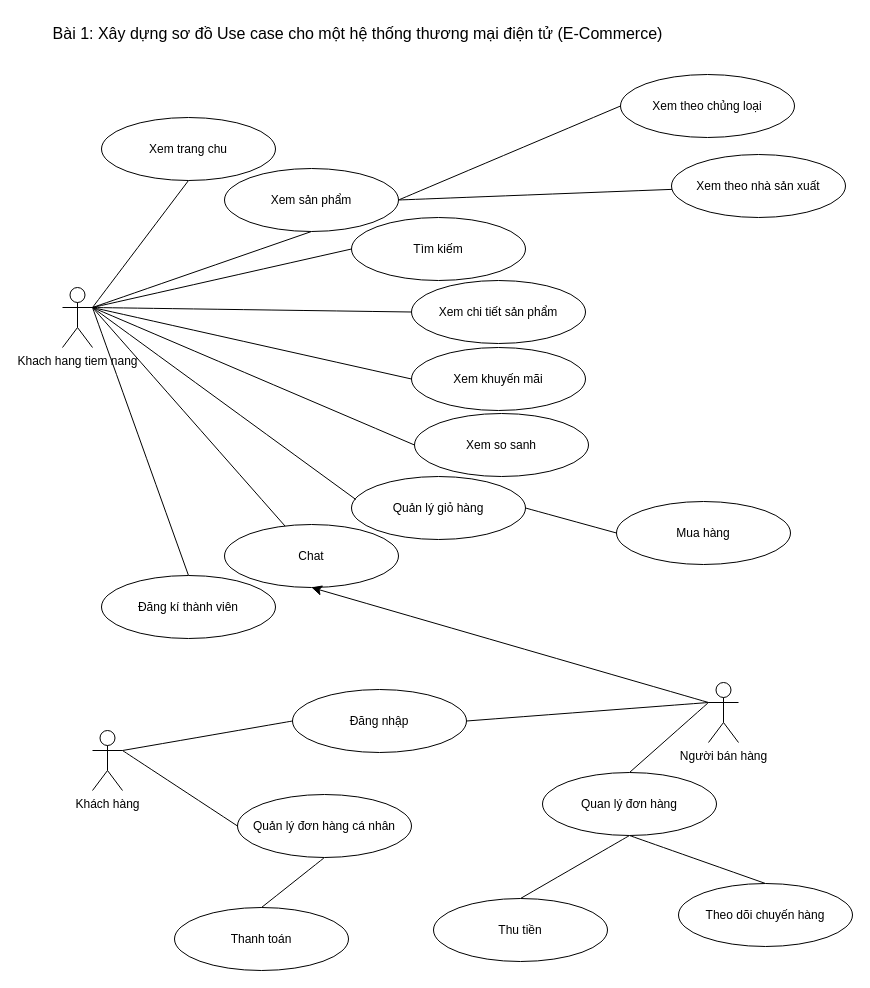
Before: PhanTichThietKeHeThong/BTH2-PhanTichThietKeHeThong.drawio in vanluongkma/draw.io, a draw.io diagram. Source tidied: cells renumbered, new cells numbered last; positions are measured from the earlier drawing's top-left corner, leaving out a move shared by most shapes. Both pictures are drawn from the tidied source at 100%, with x=0, y=0 at pixel (43, 17).
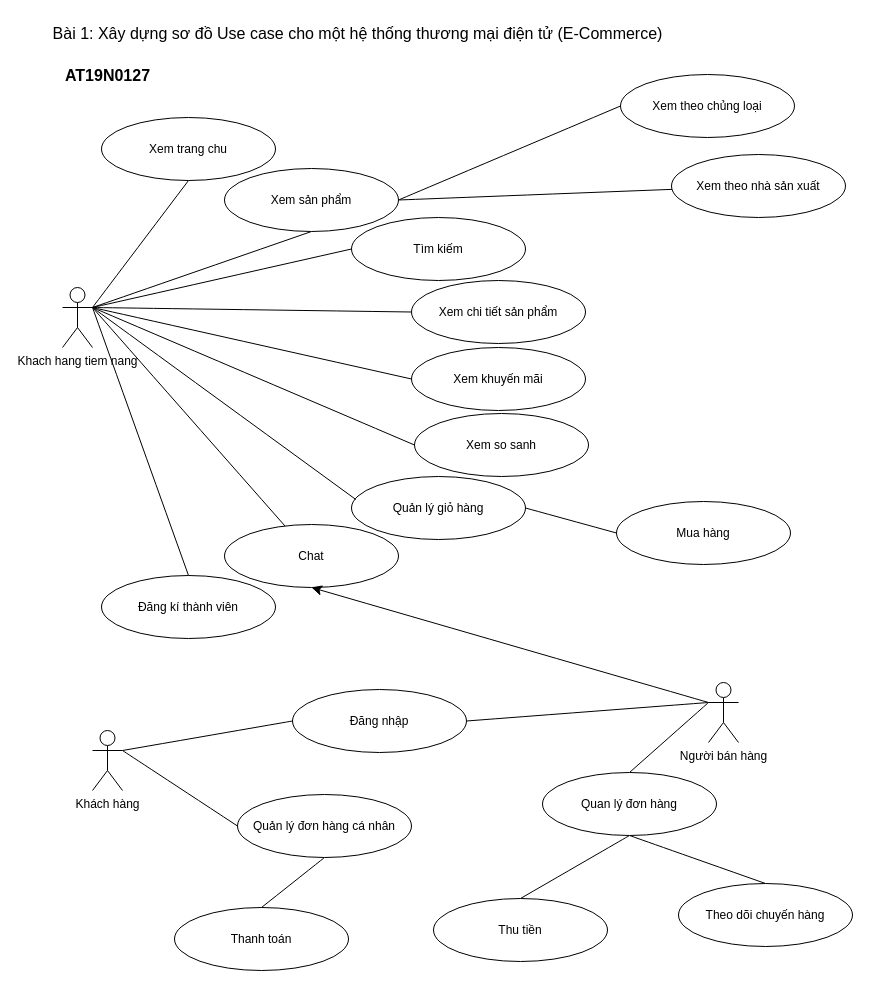
The same page after the edit.

Commit message (it also covers changes not shown here):
Cập nhật BTH2-PhanTichThietKeHeThong.drawio

The edit, as a diff of the source:
```diff
@@
+    <mxCell id="44" value="&lt;b&gt;AT19N0127&lt;/b&gt;" style="text;html=1;align=center;verticalAlign=middle;strokeColor=none;fillColor=none;fontSize=16;" parent="1" vertex="1">
+      <mxGeometry x="12.5" y="42" width="103" height="31" as="geometry" />
+    </mxCell>
```
